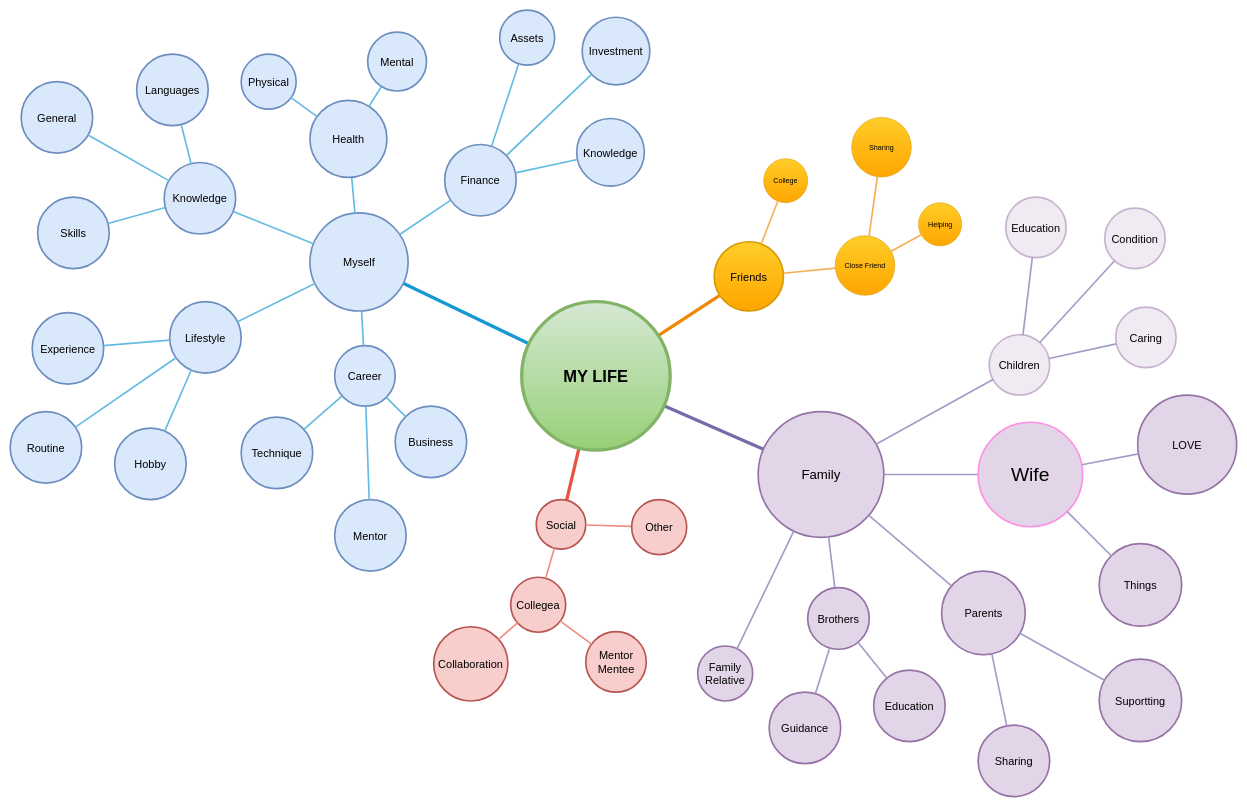
Before: Life Balance.drawio in haihd/my-diagrams, a draw.io diagram. Source tidied: cells renumbered, new cells numbered last; positions are measured from the earlier drawing's top-left corner, leaving out a move shared by most shapes. Both pictures are drawn from the tidied source at 55%, with x=0, y=0 at pixel (10, 10).
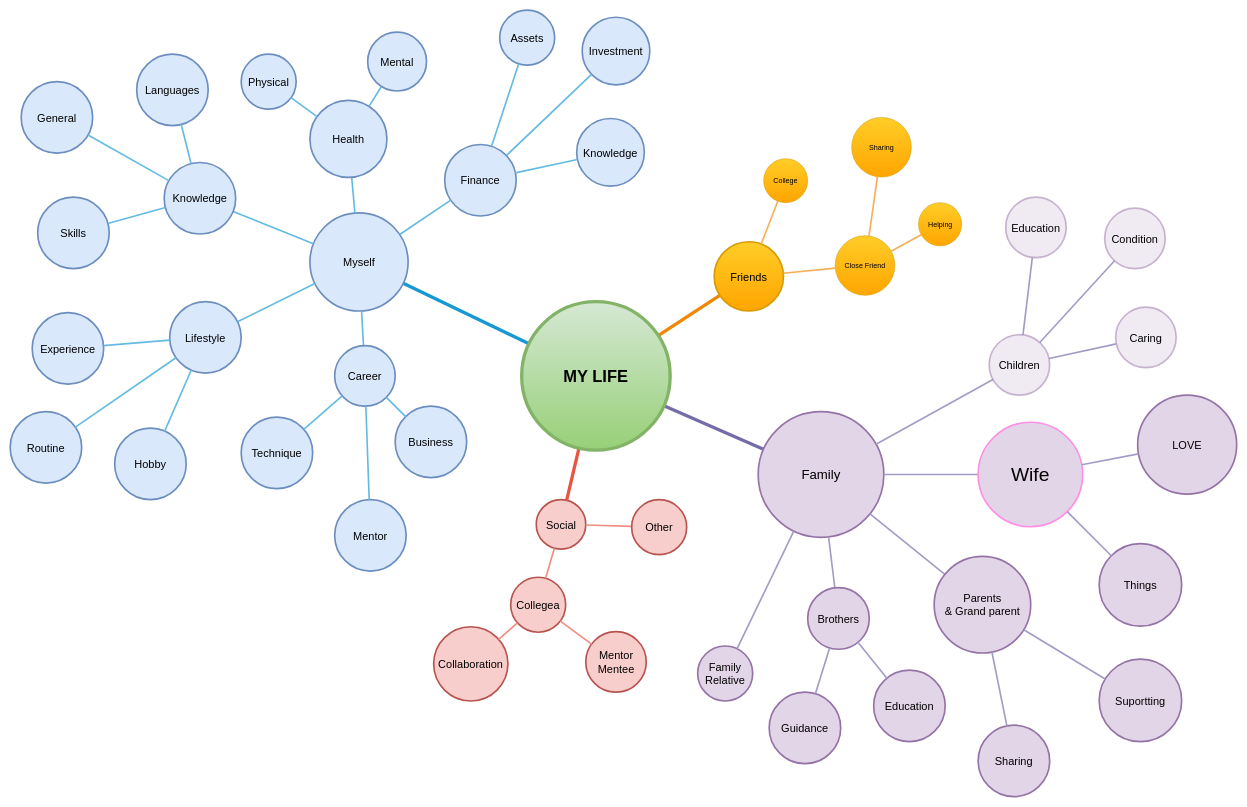
The same page after the edit.

The edit, as a diff of the source:
```diff
@@
-    <mxCell id="35" value="Parents" style="ellipse;whiteSpace=wrap;html=1;shadow=0;fontFamily=Helvetica;fontSize=20;align=center;strokeWidth=3;fillColor=#e1d5e7;strokeColor=#9673a6;" parent="1" vertex="1">
-      <mxGeometry x="1693.5" y="1020" width="152" height="152" as="geometry" />
+    <mxCell id="35" value="Parents &lt;br&gt;&amp;amp; Grand parent" style="ellipse;whiteSpace=wrap;html=1;shadow=0;fontFamily=Helvetica;fontSize=20;align=center;strokeWidth=3;fillColor=#e1d5e7;strokeColor=#9673a6;" parent="1" vertex="1">
+      <mxGeometry x="1680" y="993.2" width="175.5" height="175.5" as="geometry" />
     </mxCell>
```
